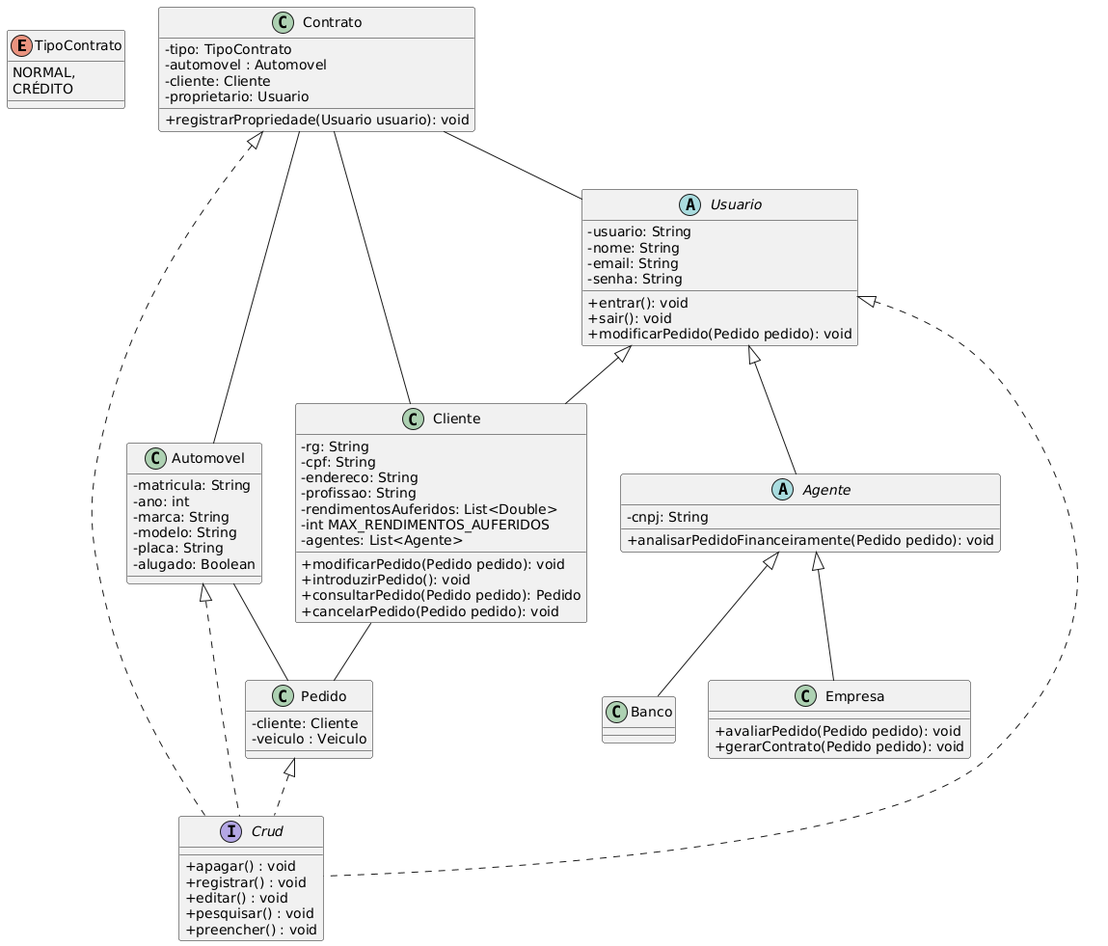
Earlier version of the PlantUML export project/img/diagramaDeClasseLocadora.png (Eduuhms/LDS-Aluguel-de-carros).
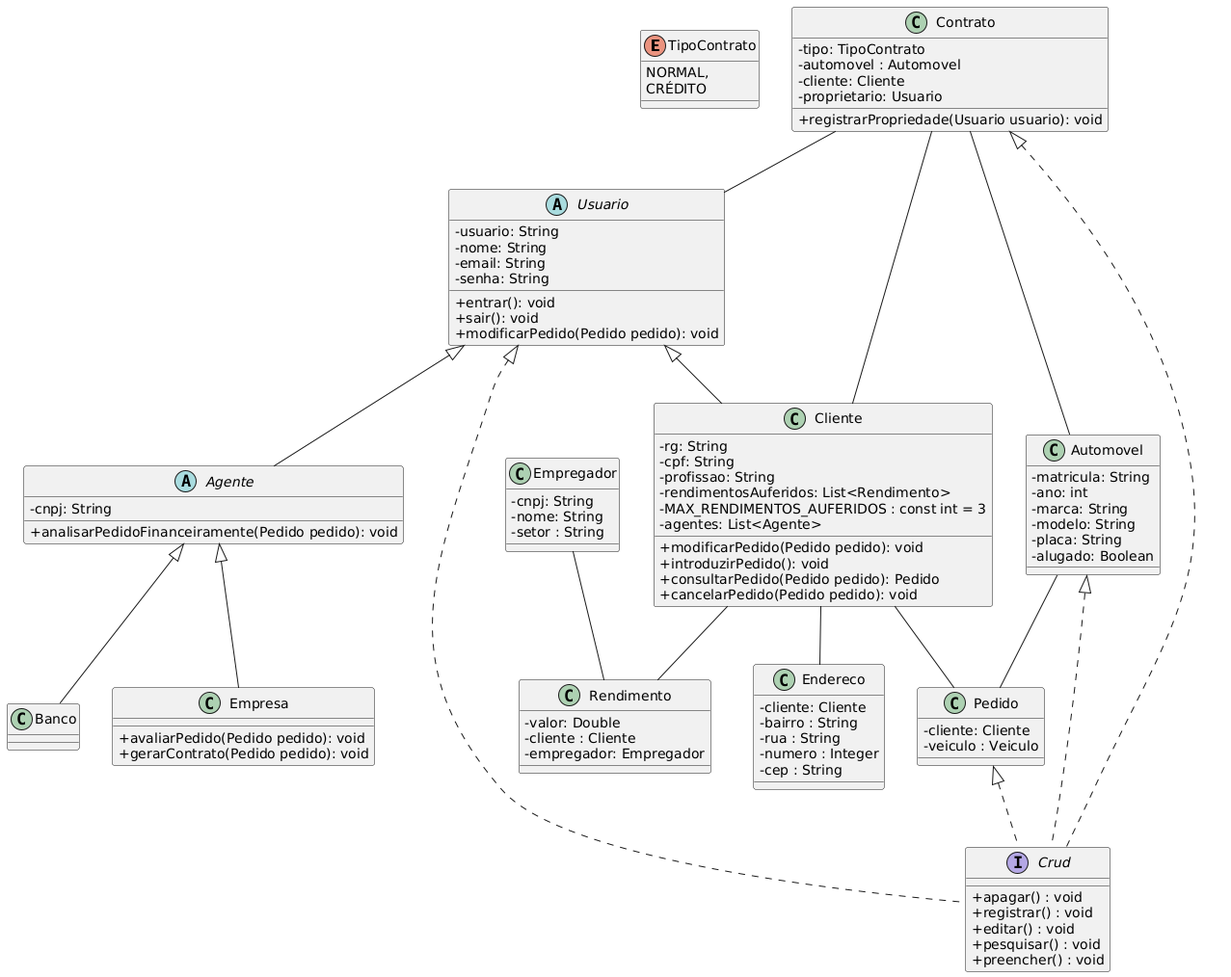
Above is the later version.

Commit message:
fix: diagrama de classe atualizado

Change to the diagram source:
```diff
@@ -18,10 +18,9 @@
 class "Cliente" {
     - rg: String
     - cpf: String
-    - endereco: String
     - profissao: String
-    - rendimentosAuferidos: List<Double>
-    - int MAX_RENDIMENTOS_AUFERIDOS
+    - rendimentosAuferidos: List<Rendimento>
+    - MAX_RENDIMENTOS_AUFERIDOS : const int = 3
     - agentes: List<Agente>
     + modificarPedido(Pedido pedido): void
     + introduzirPedido(): void
@@ -63,6 +62,18 @@
     - veiculo : Veiculo
 }
 
+class "Empregador" {
+    - cnpj: String
+    - nome: String
+    - setor : String
+}
+
+class "Rendimento" {
+    - valor: Double
+    - cliente : Cliente
+    - empregador: Empregador
+}
+
 interface "Crud" {
     + apagar() : void
     + registrar() : void
@@ -71,18 +82,30 @@
     + preencher() : void
 }
 
+class "Endereco"{
+    - cliente: Cliente
+    - bairro : String
+    - rua : String
+    - numero : Integer
+    - cep : String
+}
+
 "Usuario" <|-- "Cliente"
 "Usuario" <|-- "Agente"
 "Agente" <|-- "Banco"
 "Agente" <|-- "Empresa"
 
 "Cliente" -- "Pedido"
+"Cliente" -- "Endereco"
 "Automovel" -- "Pedido"
 
 "Contrato" -- "Usuario"
 "Contrato" -- "Automovel"
 "Contrato" -- "Cliente"
 
+"Cliente" -- "Rendimento"
+"Empregador" -- "Rendimento"
+
 "Usuario" <|.. "Crud"
 "Contrato" <|.. "Crud"
 "Pedido" <|.. "Crud"
```
